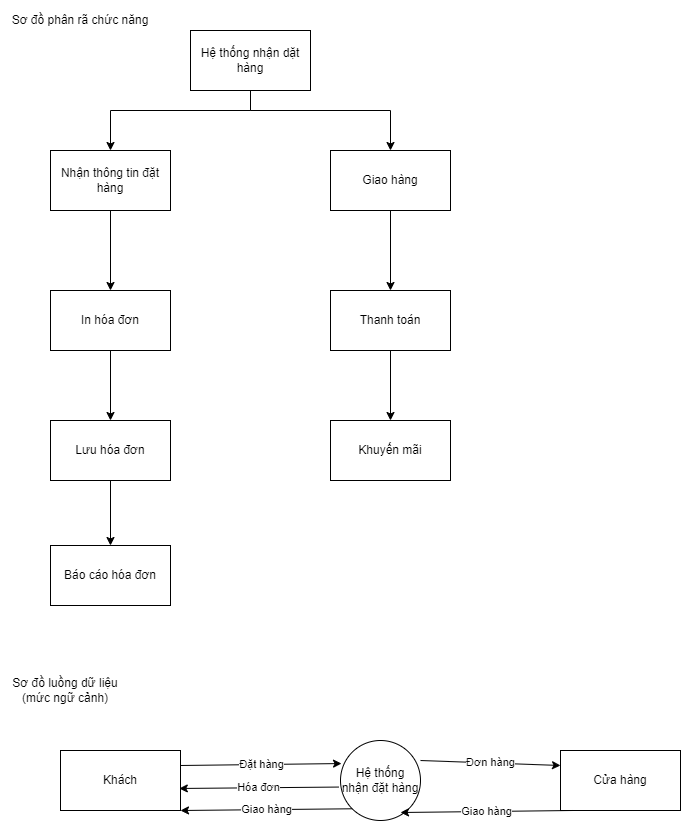
Earlier version of the draw.io export DFD3.png (InfiniteByte1811/branch1). Source tidied: cells renumbered, new cells last; positions are measured from the earlier drawing's top-left corner, leaving out a move shared by most shapes. The source it was exported from:
```xml
<mxGraphModel>
  <root>
    <mxCell id="0" />
    <mxCell id="1" parent="0" />
    <mxCell id="2" value="Sơ đồ phân rã chức năng" style="text;html=1;strokeColor=none;fillColor=none;align=center;verticalAlign=middle;whiteSpace=wrap;rounded=0;" parent="1" vertex="1">
      <mxGeometry x="10" width="140" height="40" as="geometry" />
    </mxCell>
    <mxCell id="3" style="edgeStyle=orthogonalEdgeStyle;rounded=0;jettySize=auto;html=1;entryX=0.5;entryY=0;entryDx=0;entryDy=0;" parent="1" edge="1" source="5" target="7">
      <mxGeometry relative="1" as="geometry">
        <Array as="points">
          <mxPoint x="250" y="110" />
          <mxPoint x="110" y="110" />
        </Array>
      </mxGeometry>
    </mxCell>
    <mxCell id="4" style="edgeStyle=orthogonalEdgeStyle;rounded=0;jettySize=auto;html=1;entryX=0.5;entryY=0;entryDx=0;entryDy=0;" parent="1" edge="1" source="5">
      <mxGeometry relative="1" as="geometry">
        <mxPoint x="390" y="150" as="targetPoint" />
        <Array as="points">
          <mxPoint x="250" y="110" />
          <mxPoint x="390" y="110" />
        </Array>
      </mxGeometry>
    </mxCell>
    <mxCell id="5" value="Hệ thống nhận dặt hàng" style="rounded=0;whiteSpace=wrap;html=1;" parent="1" vertex="1">
      <mxGeometry x="190" y="30" width="120" height="60" as="geometry" />
    </mxCell>
    <mxCell id="6" style="edgeStyle=orthogonalEdgeStyle;rounded=0;jettySize=auto;html=1;entryX=0.5;entryY=0;entryDx=0;entryDy=0;" parent="1" edge="1" source="7">
      <mxGeometry relative="1" as="geometry">
        <mxPoint x="110" y="290" as="targetPoint" />
      </mxGeometry>
    </mxCell>
    <mxCell id="7" value="Nhận thông tin đặt hàng" style="rounded=0;whiteSpace=wrap;html=1;" parent="1" vertex="1">
      <mxGeometry x="50" y="150" width="120" height="60" as="geometry" />
    </mxCell>
    <mxCell id="8" value="Sơ đồ luồng dữ liệu (mức ngữ cảnh)" style="text;html=1;strokeColor=none;fillColor=none;align=center;verticalAlign=middle;whiteSpace=wrap;rounded=0;" parent="1" vertex="1">
      <mxGeometry y="660" width="130" height="60" as="geometry" />
    </mxCell>
    <mxCell id="9" value="Cửa hàng" style="rounded=0;whiteSpace=wrap;html=1;" parent="1" vertex="1">
      <mxGeometry x="560" y="750" width="120" height="60" as="geometry" />
    </mxCell>
    <mxCell id="10" value="Khách" style="rounded=0;whiteSpace=wrap;html=1;" parent="1" vertex="1">
      <mxGeometry x="60" y="750" width="120" height="60" as="geometry" />
    </mxCell>
    <mxCell id="11" value="Hệ thống nhận đặt hàng" style="ellipse;whiteSpace=wrap;html=1;" parent="1" vertex="1">
      <mxGeometry x="340" y="740" width="80" height="80" as="geometry" />
    </mxCell>
    <mxCell id="12" value="Đặt hàng" style="endArrow=classic;html=1;rounded=0;entryX=0.013;entryY=0.288;entryDx=0;entryDy=0;entryPerimeter=0;exitX=1;exitY=0.25;exitDx=0;exitDy=0;" parent="1" edge="1" source="10" target="11">
      <mxGeometry relative="1" as="geometry" />
    </mxCell>
    <mxCell id="13" value="Hóa đơn" style="endArrow=classic;html=1;rounded=0;entryX=0.99;entryY=0.633;entryDx=0;entryDy=0;exitX=-0.023;exitY=0.582;exitDx=0;exitDy=0;exitPerimeter=0;entryPerimeter=0;" parent="1" edge="1" source="11" target="10">
      <mxGeometry relative="1" as="geometry" />
    </mxCell>
    <mxCell id="14" value="Đơn hàng" style="endArrow=classic;html=1;rounded=0;entryX=0;entryY=0.25;entryDx=0;entryDy=0;" parent="1" edge="1" target="9">
      <mxGeometry relative="1" as="geometry">
        <mxPoint x="420" y="760" as="sourcePoint" />
      </mxGeometry>
    </mxCell>
    <mxCell id="15" value="Giao hàng" style="endArrow=classic;html=1;rounded=0;entryX=1;entryY=1;entryDx=0;entryDy=0;exitX=0;exitY=1;exitDx=0;exitDy=0;" parent="1" edge="1" source="11" target="10">
      <mxGeometry relative="1" as="geometry" />
    </mxCell>
    <mxCell id="16" style="edgeStyle=orthogonalEdgeStyle;rounded=0;jettySize=auto;html=1;entryX=0.5;entryY=0;entryDx=0;entryDy=0;" parent="1" edge="1" source="17" target="24">
      <mxGeometry relative="1" as="geometry" />
    </mxCell>
    <mxCell id="17" value="In hóa đơn" style="rounded=0;whiteSpace=wrap;html=1;" parent="1" vertex="1">
      <mxGeometry x="50" y="290" width="120" height="60" as="geometry" />
    </mxCell>
    <mxCell id="18" style="edgeStyle=orthogonalEdgeStyle;rounded=0;jettySize=auto;html=1;" parent="1" edge="1" source="19" target="21">
      <mxGeometry relative="1" as="geometry" />
    </mxCell>
    <mxCell id="19" value="Giao hàng" style="rounded=0;whiteSpace=wrap;html=1;" parent="1" vertex="1">
      <mxGeometry x="330" y="150" width="120" height="60" as="geometry" />
    </mxCell>
    <mxCell id="20" style="edgeStyle=orthogonalEdgeStyle;rounded=0;jettySize=auto;html=1;" parent="1" edge="1" source="21" target="22">
      <mxGeometry relative="1" as="geometry" />
    </mxCell>
    <mxCell id="21" value="Thanh toán" style="rounded=0;whiteSpace=wrap;html=1;" parent="1" vertex="1">
      <mxGeometry x="330" y="290" width="120" height="60" as="geometry" />
    </mxCell>
    <mxCell id="22" value="Khuyến mãi" style="rounded=0;whiteSpace=wrap;html=1;" parent="1" vertex="1">
      <mxGeometry x="330" y="420" width="120" height="60" as="geometry" />
    </mxCell>
    <mxCell id="23" style="edgeStyle=orthogonalEdgeStyle;rounded=0;jettySize=auto;html=1;entryX=0.5;entryY=0;entryDx=0;entryDy=0;" parent="1" edge="1" source="24" target="25">
      <mxGeometry relative="1" as="geometry" />
    </mxCell>
    <mxCell id="24" value="Lưu hóa đơn" style="rounded=0;whiteSpace=wrap;html=1;" parent="1" vertex="1">
      <mxGeometry x="50" y="420" width="120" height="60" as="geometry" />
    </mxCell>
    <mxCell id="25" value="Báo cáo hóa đơn" style="rounded=0;whiteSpace=wrap;html=1;" parent="1" vertex="1">
      <mxGeometry x="50" y="545" width="120" height="60" as="geometry" />
    </mxCell>
    <mxCell id="26" value="Giao hàng" style="endArrow=classic;html=1;rounded=0;entryX=1;entryY=1;entryDx=0;entryDy=0;exitX=0;exitY=1;exitDx=0;exitDy=0;" parent="1" edge="1">
      <mxGeometry relative="1" as="geometry">
        <mxPoint x="572" y="810" as="sourcePoint" />
        <mxPoint x="400" y="812" as="targetPoint" />
      </mxGeometry>
    </mxCell>
  </root>
</mxGraphModel>
```
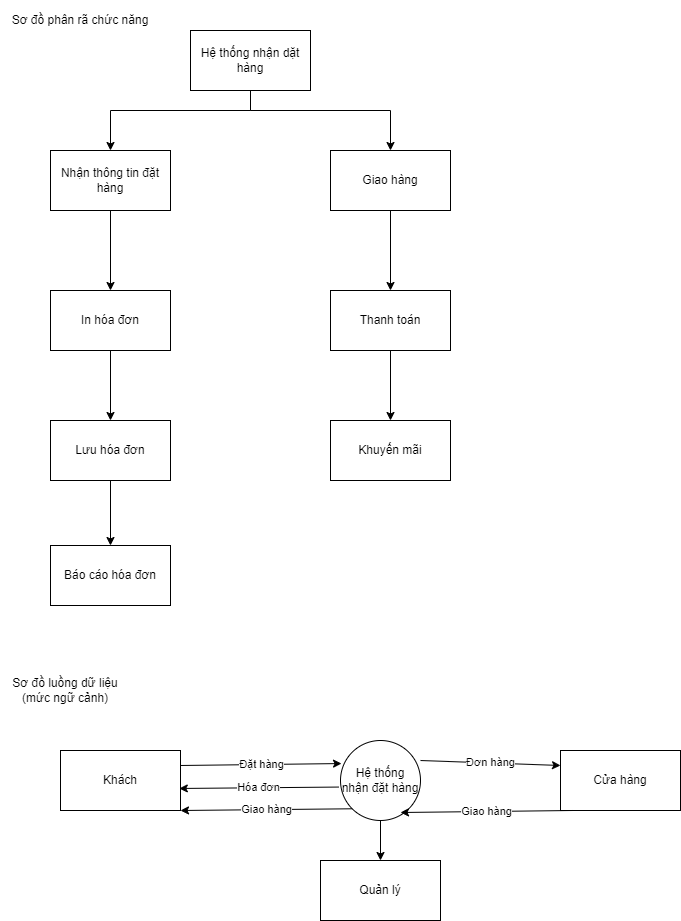
Later version of the same file.

Commit message:
Cập nhật DFD3.png

What changed in the source:
```diff
@@ -42,6 +42,9 @@
     <mxCell id="10" value="Khách" style="rounded=0;whiteSpace=wrap;html=1;" parent="1" vertex="1">
       <mxGeometry x="60" y="750" width="120" height="60" as="geometry" />
     </mxCell>
+    <mxCell id="27" style="edgeStyle=orthogonalEdgeStyle;rounded=0;jettySize=auto;html=1;entryX=0.5;entryY=0;entryDx=0;entryDy=0;" parent="1" edge="1" source="11" target="28">
+      <mxGeometry relative="1" as="geometry" />
+    </mxCell>
     <mxCell id="11" value="Hệ thống nhận đặt hàng" style="ellipse;whiteSpace=wrap;html=1;" parent="1" vertex="1">
       <mxGeometry x="340" y="740" width="80" height="80" as="geometry" />
     </mxCell>
@@ -95,5 +98,8 @@
         <mxPoint x="400" y="812" as="targetPoint" />
       </mxGeometry>
     </mxCell>
+    <mxCell id="28" value="Quản lý" style="rounded=0;whiteSpace=wrap;html=1;" parent="1" vertex="1">
+      <mxGeometry x="320" y="860" width="120" height="60" as="geometry" />
+    </mxCell>
   </root>
 </mxGraphModel>
```
